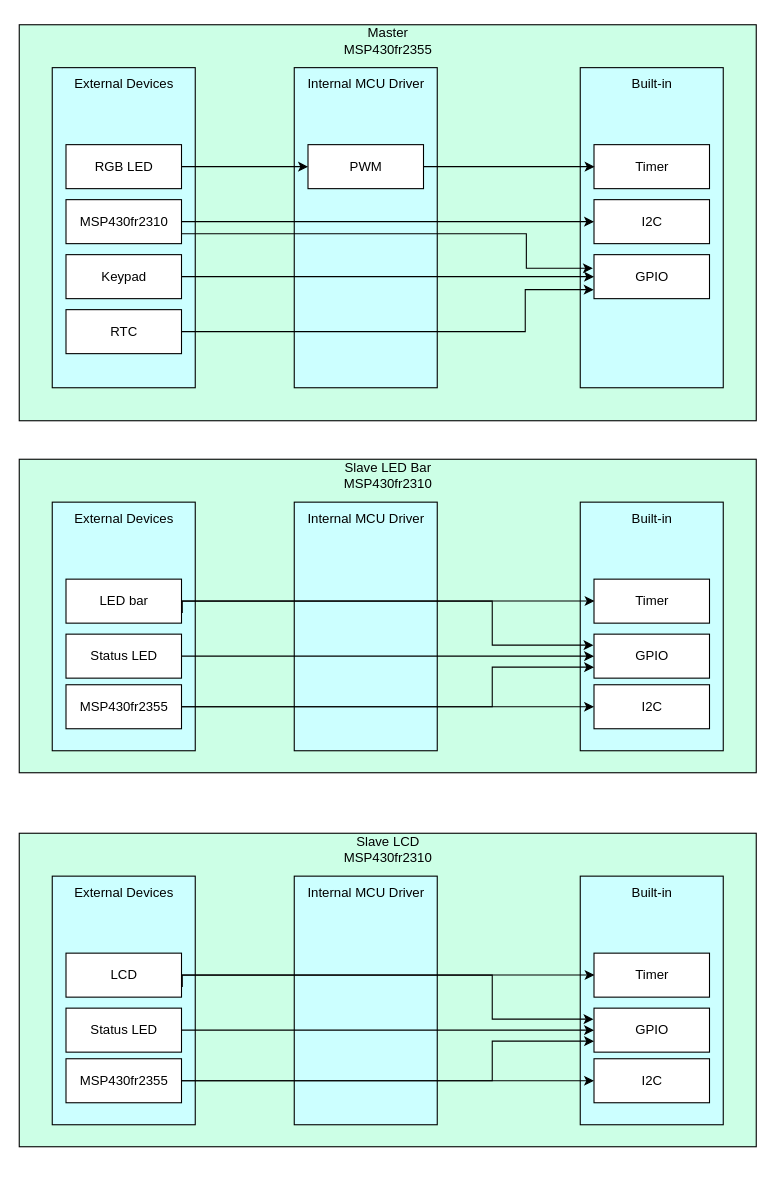
The draw.io diagram docs/assets/ArchitectureDiagram06-gabby-iker.drawio in msu-eele-465/project6-gabby-iker, before the edit. Source tidied: cells renumbered, new cells numbered last; positions are measured from the earlier drawing's top-left corner, leaving out a move shared by most shapes. Both pictures are drawn from the tidied source at 110%, with x=0, y=0 at pixel (19, 19).
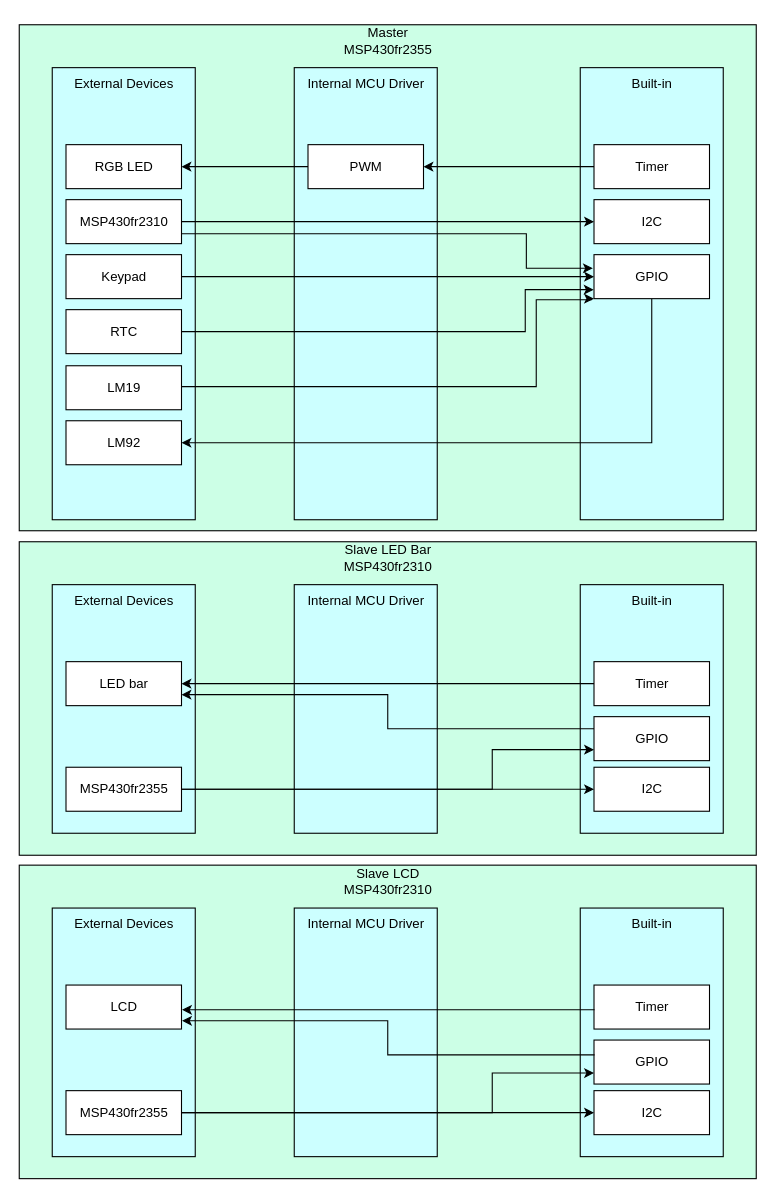
The same diagram, later.

Commit message:
Basic architecture diagram

The change refers to these unchanged cells:
```xml
<mxCell id="10" value="RGB LED" style="rounded=0;whiteSpace=wrap;html=1;" parent="1" vertex="1">
  <mxGeometry x="42.5" y="114" width="105" height="40" as="geometry" />
</mxCell>
<mxCell id="16" value="PWM" style="rounded=0;whiteSpace=wrap;html=1;" parent="1" vertex="1">
  <mxGeometry x="262.5" y="114" width="105" height="40" as="geometry" />
</mxCell>
<mxCell id="17" value="Timer" style="rounded=0;whiteSpace=wrap;html=1;" parent="1" vertex="1">
  <mxGeometry x="522.5" y="114" width="105" height="40" as="geometry" />
</mxCell>
<mxCell id="21" value="GPIO" style="rounded=0;whiteSpace=wrap;html=1;" parent="1" vertex="1">
  <mxGeometry x="522.5" y="214" width="105" height="40" as="geometry" />
</mxCell>
```

What changed in the source:
```diff
@@
     <mxCell id="2" style="rounded=0;whiteSpace=wrap;html=1;fillColor=#CCFFE6;" parent="1" vertex="1">
-      <mxGeometry y="5" width="670" height="360" as="geometry" />
+      <mxGeometry y="5" width="670" height="460" as="geometry" />
     </mxCell>
     <mxCell id="3" style="rounded=0;whiteSpace=wrap;html=1;fillColor=#CCFFFF;" parent="1" vertex="1">
-      <mxGeometry x="30" y="44" width="130" height="291" as="geometry" />
+      <mxGeometry x="30" y="44" width="130" height="411" as="geometry" />
     </mxCell>
@@
     <mxCell id="5" style="rounded=0;whiteSpace=wrap;html=1;fillColor=#CCFFFF;" parent="1" vertex="1">
-      <mxGeometry x="250" y="44" width="130" height="291" as="geometry" />
+      <mxGeometry x="250" y="44" width="130" height="411" as="geometry" />
     </mxCell>
@@
     <mxCell id="7" style="rounded=0;whiteSpace=wrap;html=1;fillColor=#CCFFFF;" parent="1" vertex="1">
-      <mxGeometry x="510" y="44" width="130" height="291" as="geometry" />
+      <mxGeometry x="510" y="44" width="130" height="411" as="geometry" />
     </mxCell>
@@
-    <mxCell id="9" style="edgeStyle=orthogonalEdgeStyle;rounded=0;jettySize=auto;html=1;exitX=1;exitY=0.5;exitDx=0;exitDy=0;" parent="1" edge="1" source="10" target="16">
-      <mxGeometry relative="1" as="geometry" />
-    </mxCell>
@@
+    <mxCell id="62" style="edgeStyle=orthogonalEdgeStyle;rounded=0;jettySize=auto;html=1;" parent="1" edge="1" source="16" target="10">
+      <mxGeometry relative="1" as="geometry" />
+    </mxCell>
@@
+    <mxCell id="63" style="edgeStyle=orthogonalEdgeStyle;rounded=0;jettySize=auto;html=1;" parent="1" edge="1" source="17" target="16">
+      <mxGeometry relative="1" as="geometry" />
+    </mxCell>
@@
-    <mxCell id="20" style="edgeStyle=orthogonalEdgeStyle;rounded=0;jettySize=auto;html=1;" parent="1" edge="1" source="16">
-      <mxGeometry relative="1" as="geometry">
-        <mxPoint x="523" y="134" as="targetPoint" />
-      </mxGeometry>
-    </mxCell>
+    <mxCell id="64" style="edgeStyle=orthogonalEdgeStyle;rounded=0;jettySize=auto;html=1;entryX=1;entryY=0.5;entryDx=0;entryDy=0;" parent="1" edge="1" source="21" target="69">
+      <mxGeometry relative="1" as="geometry">
+        <Array as="points">
+          <mxPoint x="575" y="385" />
+        </Array>
+      </mxGeometry>
+    </mxCell>
@@
     <mxCell id="23" style="rounded=0;whiteSpace=wrap;html=1;fillColor=#CCFFE6;" parent="1" vertex="1">
-      <mxGeometry y="400" width="670" height="285" as="geometry" />
+      <mxGeometry y="475" width="670" height="285" as="geometry" />
     </mxCell>
     <mxCell id="24" style="rounded=0;whiteSpace=wrap;html=1;fillColor=#CCFFFF;" parent="1" vertex="1">
-      <mxGeometry x="30" y="439" width="130" height="226" as="geometry" />
+      <mxGeometry x="30" y="514" width="130" height="226" as="geometry" />
     </mxCell>
     <mxCell id="25" value="External Devices" style="text;html=1;align=center;verticalAlign=middle;strokeColor=none;fillColor=none;" parent="1" vertex="1">
-      <mxGeometry x="40" y="439" width="110" height="30" as="geometry" />
+      <mxGeometry x="40" y="514" width="110" height="30" as="geometry" />
     </mxCell>
     <mxCell id="26" style="rounded=0;whiteSpace=wrap;html=1;fillColor=#CCFFFF;" parent="1" vertex="1">
-      <mxGeometry x="250" y="439" width="130" height="226" as="geometry" />
+      <mxGeometry x="250" y="514" width="130" height="226" as="geometry" />
     </mxCell>
     <mxCell id="27" value="Internal MCU Driver" style="text;html=1;align=center;verticalAlign=middle;strokeColor=none;fillColor=none;" parent="1" vertex="1">
-      <mxGeometry x="250" y="439" width="130" height="30" as="geometry" />
+      <mxGeometry x="250" y="514" width="130" height="30" as="geometry" />
     </mxCell>
     <mxCell id="28" style="rounded=0;whiteSpace=wrap;html=1;fillColor=#CCFFFF;" parent="1" vertex="1">
-      <mxGeometry x="510" y="439" width="130" height="226" as="geometry" />
+      <mxGeometry x="510" y="514" width="130" height="226" as="geometry" />
     </mxCell>
     <mxCell id="29" value="Built-in" style="text;html=1;align=center;verticalAlign=middle;strokeColor=none;fillColor=none;" parent="1" vertex="1">
-      <mxGeometry x="545" y="439" width="60" height="30" as="geometry" />
+      <mxGeometry x="545" y="514" width="60" height="30" as="geometry" />
     </mxCell>
-    <mxCell id="30" style="edgeStyle=orthogonalEdgeStyle;rounded=0;orthogonalLoop=1;jettySize=auto;html=1;entryX=0;entryY=0.5;entryDx=0;entryDy=0;" parent="1" edge="1">
-      <mxGeometry relative="1" as="geometry">
-        <mxPoint x="148" y="528.9" as="sourcePoint" />
-        <mxPoint x="523" y="528.9" as="targetPoint" />
-      </mxGeometry>
-    </mxCell>
-    <mxCell id="31" style="edgeStyle=orthogonalEdgeStyle;rounded=0;orthogonalLoop=1;jettySize=auto;html=1;exitX=1.007;exitY=0.692;exitDx=0;exitDy=0;exitPerimeter=0;" parent="1" edge="1">
-      <mxGeometry relative="1" as="geometry">
-        <mxPoint x="148.2" y="539.7" as="sourcePoint" />
-        <mxPoint x="522" y="569" as="targetPoint" />
-        <Array as="points">
-          <mxPoint x="148" y="529" />
-          <mxPoint x="430" y="529" />
-          <mxPoint x="430" y="569" />
-        </Array>
-      </mxGeometry>
-    </mxCell>
     <mxCell id="32" value="LED bar" style="rounded=0;whiteSpace=wrap;html=1;" parent="1" vertex="1">
-      <mxGeometry x="42.5" y="509" width="105" height="40" as="geometry" />
+      <mxGeometry x="42.5" y="584" width="105" height="40" as="geometry" />
     </mxCell>
+    <mxCell id="65" style="edgeStyle=orthogonalEdgeStyle;rounded=0;jettySize=auto;html=1;entryX=1;entryY=0.5;entryDx=0;entryDy=0;" parent="1" edge="1" source="33" target="32">
+      <mxGeometry relative="1" as="geometry" />
+    </mxCell>
     <mxCell id="33" value="Timer" style="rounded=0;whiteSpace=wrap;html=1;" parent="1" vertex="1">
-      <mxGeometry x="522.5" y="509" width="105" height="40" as="geometry" />
+      <mxGeometry x="522.5" y="584" width="105" height="40" as="geometry" />
     </mxCell>
+    <mxCell id="66" style="edgeStyle=orthogonalEdgeStyle;rounded=0;jettySize=auto;html=1;entryX=1;entryY=0.75;entryDx=0;entryDy=0;" parent="1" edge="1" source="34" target="32">
+      <mxGeometry relative="1" as="geometry">
+        <Array as="points">
+          <mxPoint x="335" y="645" />
+          <mxPoint x="335" y="614" />
+        </Array>
+      </mxGeometry>
+    </mxCell>
     <mxCell id="34" value="GPIO" style="rounded=0;whiteSpace=wrap;html=1;" parent="1" vertex="1">
-      <mxGeometry x="522.5" y="559" width="105" height="40" as="geometry" />
+      <mxGeometry x="522.5" y="634" width="105" height="40" as="geometry" />
     </mxCell>
     <mxCell id="35" value="&lt;div&gt;Slave LED Bar&lt;/div&gt;MSP430fr2310" style="text;html=1;align=center;verticalAlign=middle;strokeColor=none;fillColor=none;" parent="1" vertex="1">
-      <mxGeometry x="285" y="395" width="100" height="40" as="geometry" />
+      <mxGeometry x="285" y="470" width="100" height="40" as="geometry" />
     </mxCell>
@@
     <mxCell id="37" style="edgeStyle=orthogonalEdgeStyle;rounded=0;jettySize=auto;html=1;entryX=0;entryY=0.75;entryDx=0;entryDy=0;" parent="1" edge="1" source="39" target="34">
       <mxGeometry relative="1" as="geometry">
         <Array as="points">
-          <mxPoint x="430" y="625" />
-          <mxPoint x="430" y="589" />
+          <mxPoint x="430" y="700" />
+          <mxPoint x="430" y="664" />
         </Array>
       </mxGeometry>
     </mxCell>
@@
     <mxCell id="39" value="MSP430fr2355" style="rounded=0;whiteSpace=wrap;html=1;" parent="1" vertex="1">
-      <mxGeometry x="42.5" y="605" width="105" height="40" as="geometry" />
+      <mxGeometry x="42.5" y="680" width="105" height="40" as="geometry" />
     </mxCell>
-    <mxCell id="40" style="edgeStyle=orthogonalEdgeStyle;rounded=0;jettySize=auto;html=1;entryX=0;entryY=0.5;entryDx=0;entryDy=0;" parent="1" edge="1" source="41" target="34">
-      <mxGeometry relative="1" as="geometry" />
-    </mxCell>
-    <mxCell id="41" value="Status LED" style="rounded=0;whiteSpace=wrap;html=1;" parent="1" vertex="1">
-      <mxGeometry x="42.5" y="559" width="105" height="40" as="geometry" />
-    </mxCell>
     <mxCell id="42" value="I2C" style="rounded=0;whiteSpace=wrap;html=1;" parent="1" vertex="1">
-      <mxGeometry x="522.5" y="605" width="105" height="40" as="geometry" />
+      <mxGeometry x="522.5" y="680" width="105" height="40" as="geometry" />
     </mxCell>
     <mxCell id="43" style="rounded=0;whiteSpace=wrap;html=1;fillColor=#CCFFE6;" parent="1" vertex="1">
-      <mxGeometry y="740" width="670" height="285" as="geometry" />
+      <mxGeometry y="769" width="670" height="285" as="geometry" />
     </mxCell>
     <mxCell id="44" style="rounded=0;whiteSpace=wrap;html=1;fillColor=#CCFFFF;" parent="1" vertex="1">
-      <mxGeometry x="30" y="779" width="130" height="226" as="geometry" />
+      <mxGeometry x="30" y="808" width="130" height="226" as="geometry" />
     </mxCell>
     <mxCell id="45" value="External Devices" style="text;html=1;align=center;verticalAlign=middle;strokeColor=none;fillColor=none;" parent="1" vertex="1">
-      <mxGeometry x="40" y="779" width="110" height="30" as="geometry" />
+      <mxGeometry x="40" y="808" width="110" height="30" as="geometry" />
     </mxCell>
     <mxCell id="46" style="rounded=0;whiteSpace=wrap;html=1;fillColor=#CCFFFF;" parent="1" vertex="1">
-      <mxGeometry x="250" y="779" width="130" height="226" as="geometry" />
+      <mxGeometry x="250" y="808" width="130" height="226" as="geometry" />
     </mxCell>
     <mxCell id="47" value="Internal MCU Driver" style="text;html=1;align=center;verticalAlign=middle;strokeColor=none;fillColor=none;" parent="1" vertex="1">
-      <mxGeometry x="250" y="779" width="130" height="30" as="geometry" />
+      <mxGeometry x="250" y="808" width="130" height="30" as="geometry" />
     </mxCell>
     <mxCell id="48" style="rounded=0;whiteSpace=wrap;html=1;fillColor=#CCFFFF;" parent="1" vertex="1">
-      <mxGeometry x="510" y="779" width="130" height="226" as="geometry" />
+      <mxGeometry x="510" y="808" width="130" height="226" as="geometry" />
     </mxCell>
     <mxCell id="49" value="Built-in" style="text;html=1;align=center;verticalAlign=middle;strokeColor=none;fillColor=none;" parent="1" vertex="1">
-      <mxGeometry x="545" y="779" width="60" height="30" as="geometry" />
+      <mxGeometry x="545" y="808" width="60" height="30" as="geometry" />
     </mxCell>
-    <mxCell id="50" style="edgeStyle=orthogonalEdgeStyle;rounded=0;orthogonalLoop=1;jettySize=auto;html=1;entryX=0;entryY=0.5;entryDx=0;entryDy=0;" parent="1" edge="1">
-      <mxGeometry relative="1" as="geometry">
-        <mxPoint x="148" y="868.9" as="sourcePoint" />
-        <mxPoint x="523" y="868.9" as="targetPoint" />
-      </mxGeometry>
-    </mxCell>
-    <mxCell id="51" style="edgeStyle=orthogonalEdgeStyle;rounded=0;orthogonalLoop=1;jettySize=auto;html=1;exitX=1.007;exitY=0.692;exitDx=0;exitDy=0;exitPerimeter=0;" parent="1" edge="1">
-      <mxGeometry relative="1" as="geometry">
-        <mxPoint x="148.2" y="879.7" as="sourcePoint" />
-        <mxPoint x="522" y="909" as="targetPoint" />
-        <Array as="points">
-          <mxPoint x="148" y="869" />
-          <mxPoint x="430" y="869" />
-          <mxPoint x="430" y="909" />
-        </Array>
-      </mxGeometry>
-    </mxCell>
     <mxCell id="52" value="LCD" style="rounded=0;whiteSpace=wrap;html=1;" parent="1" vertex="1">
-      <mxGeometry x="42.5" y="849" width="105" height="40" as="geometry" />
+      <mxGeometry x="42.5" y="878" width="105" height="40" as="geometry" />
     </mxCell>
     <mxCell id="53" value="Timer" style="rounded=0;whiteSpace=wrap;html=1;" parent="1" vertex="1">
-      <mxGeometry x="522.5" y="849" width="105" height="40" as="geometry" />
+      <mxGeometry x="522.5" y="878" width="105" height="40" as="geometry" />
     </mxCell>
     <mxCell id="54" value="GPIO" style="rounded=0;whiteSpace=wrap;html=1;" parent="1" vertex="1">
-      <mxGeometry x="522.5" y="899" width="105" height="40" as="geometry" />
+      <mxGeometry x="522.5" y="928" width="105" height="40" as="geometry" />
     </mxCell>
     <mxCell id="55" value="&lt;div&gt;Slave LCD&lt;/div&gt;MSP430fr2310" style="text;html=1;align=center;verticalAlign=middle;strokeColor=none;fillColor=none;" parent="1" vertex="1">
-      <mxGeometry x="285" y="735" width="100" height="40" as="geometry" />
+      <mxGeometry x="285" y="764" width="100" height="40" as="geometry" />
     </mxCell>
     <mxCell id="56" style="edgeStyle=orthogonalEdgeStyle;rounded=0;jettySize=auto;html=1;entryX=0;entryY=0.75;entryDx=0;entryDy=0;" parent="1" edge="1" source="58" target="54">
       <mxGeometry relative="1" as="geometry">
         <Array as="points">
-          <mxPoint x="430" y="965" />
-          <mxPoint x="430" y="929" />
+          <mxPoint x="430" y="994" />
+          <mxPoint x="430" y="958" />
         </Array>
       </mxGeometry>
     </mxCell>
@@
     <mxCell id="58" value="MSP430fr2355" style="rounded=0;whiteSpace=wrap;html=1;" parent="1" vertex="1">
-      <mxGeometry x="42.5" y="945" width="105" height="40" as="geometry" />
+      <mxGeometry x="42.5" y="974" width="105" height="40" as="geometry" />
     </mxCell>
-    <mxCell id="59" style="edgeStyle=orthogonalEdgeStyle;rounded=0;jettySize=auto;html=1;entryX=0;entryY=0.5;entryDx=0;entryDy=0;" parent="1" edge="1" source="60" target="54">
-      <mxGeometry relative="1" as="geometry" />
-    </mxCell>
-    <mxCell id="60" value="Status LED" style="rounded=0;whiteSpace=wrap;html=1;" parent="1" vertex="1">
-      <mxGeometry x="42.5" y="899" width="105" height="40" as="geometry" />
-    </mxCell>
     <mxCell id="61" value="I2C" style="rounded=0;whiteSpace=wrap;html=1;" parent="1" vertex="1">
-      <mxGeometry x="522.5" y="945" width="105" height="40" as="geometry" />
+      <mxGeometry x="522.5" y="974" width="105" height="40" as="geometry" />
     </mxCell>
+    <mxCell id="67" value="LM19" style="rounded=0;whiteSpace=wrap;html=1;" parent="1" vertex="1">
+      <mxGeometry x="42.5" y="315" width="105" height="40" as="geometry" />
+    </mxCell>
+    <mxCell id="68" style="edgeStyle=orthogonalEdgeStyle;rounded=0;jettySize=auto;html=1;entryX=0;entryY=1;entryDx=0;entryDy=0;" parent="1" edge="1" target="21">
+      <mxGeometry relative="1" as="geometry">
+        <mxPoint x="147.5" y="334" as="sourcePoint" />
+        <Array as="points">
+          <mxPoint x="470" y="334" />
+          <mxPoint x="470" y="255" />
+          <mxPoint x="520" y="255" />
+          <mxPoint x="520" y="254" />
+        </Array>
+      </mxGeometry>
+    </mxCell>
+    <mxCell id="69" value="LM92" style="rounded=0;whiteSpace=wrap;html=1;" parent="1" vertex="1">
+      <mxGeometry x="42.5" y="365" width="105" height="40" as="geometry" />
+    </mxCell>
+    <mxCell id="70" style="edgeStyle=orthogonalEdgeStyle;rounded=0;orthogonalLoop=1;jettySize=auto;html=1;entryX=1;entryY=0.5;entryDx=0;entryDy=0;" parent="1" edge="1">
+      <mxGeometry relative="1" as="geometry">
+        <mxPoint x="523" y="900.5" as="sourcePoint" />
+        <mxPoint x="148" y="900.5" as="targetPoint" />
+      </mxGeometry>
+    </mxCell>
+    <mxCell id="71" style="edgeStyle=orthogonalEdgeStyle;rounded=0;orthogonalLoop=1;jettySize=auto;html=1;entryX=1;entryY=0.75;entryDx=0;entryDy=0;" parent="1" edge="1">
+      <mxGeometry relative="1" as="geometry">
+        <mxPoint x="523" y="941.5" as="sourcePoint" />
+        <mxPoint x="148" y="910.5" as="targetPoint" />
+        <Array as="points">
+          <mxPoint x="335" y="941.5" />
+          <mxPoint x="335" y="910.5" />
+        </Array>
+      </mxGeometry>
+    </mxCell>
```
